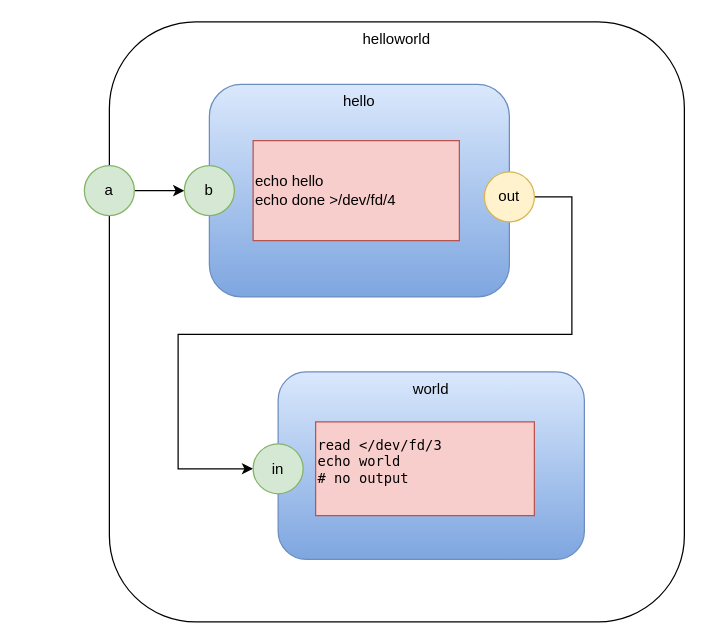
The draw.io diagram helloworld.drawio in guitarvydas/d2py, before the edit. Source tidied: cells renumbered, new cells numbered last; positions are measured from the earlier drawing's top-left corner, leaving out a move shared by most shapes. Both pictures are drawn from the tidied source at 125%, with x=0, y=0 at pixel (84, 21).
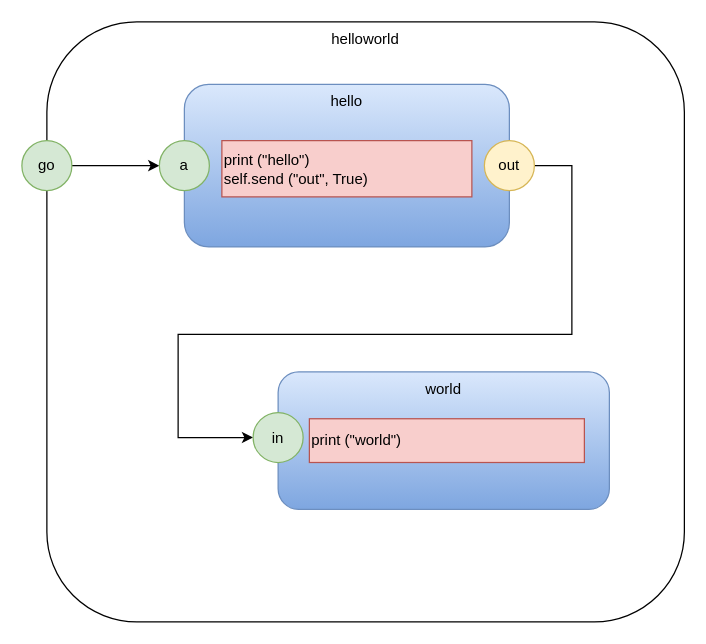
After the change.

What changed in the source:
```diff
@@
 <mxGraphModel>
   <root>
     <mxCell id="0" />
     <mxCell id="1" parent="0" />
     <mxCell id="2" value="helloworld" style="rounded=1;whiteSpace=wrap;html=1;verticalAlign=top;" parent="1" vertex="1">
-      <mxGeometry x="20" width="460" height="480" as="geometry" />
+      <mxGeometry x="-30" width="510" height="480" as="geometry" />
     </mxCell>
     <mxCell id="3" value="hello" style="rounded=1;whiteSpace=wrap;html=1;gradientColor=#7ea6e0;fillColor=#dae8fc;strokeColor=#6c8ebf;verticalAlign=top;" parent="1" vertex="1">
-      <mxGeometry x="100" y="50" width="240" height="170" as="geometry" />
+      <mxGeometry x="80" y="50" width="260" height="130" as="geometry" />
     </mxCell>
-    <mxCell id="4" value="&lt;div&gt;echo hello&lt;/div&gt;&lt;div&gt;&lt;/div&gt;echo done &amp;gt;/dev/fd/4" style="rounded=0;whiteSpace=wrap;html=1;fillColor=#f8cecc;strokeColor=#b85450;align=left;" parent="1" vertex="1">
-      <mxGeometry x="135" y="95" width="165" height="80" as="geometry" />
+    <mxCell id="4" value="print (&quot;hello&quot;)&lt;br&gt;self.send (&quot;out&quot;, True)&lt;br&gt;&lt;div&gt;&lt;/div&gt;" style="rounded=0;whiteSpace=wrap;html=1;fillColor=#f8cecc;strokeColor=#b85450;align=left;" parent="1" vertex="1">
+      <mxGeometry x="110" y="95" width="200" height="45" as="geometry" />
     </mxCell>
     <mxCell id="5" style="edgeStyle=orthogonalEdgeStyle;rounded=0;jettySize=auto;html=1;entryX=0;entryY=0.5;entryDx=0;entryDy=0;" parent="1" edge="1" source="6" target="8">
       <mxGeometry relative="1" as="geometry">
         <Array as="points">
-          <mxPoint x="390" y="140" />
+          <mxPoint x="390" y="115" />
           <mxPoint x="390" y="250" />
           <mxPoint x="75" y="250" />
-          <mxPoint x="75" y="358" />
+          <mxPoint x="75" y="333" />
         </Array>
       </mxGeometry>
     </mxCell>
     <mxCell id="6" value="out" style="ellipse;whiteSpace=wrap;html=1;fillColor=#fff2cc;strokeColor=#d6b656;" parent="1" vertex="1">
-      <mxGeometry x="320" y="120" width="40" height="40" as="geometry" />
+      <mxGeometry x="320" y="95" width="40" height="40" as="geometry" />
     </mxCell>
     <mxCell id="7" value="world" style="rounded=1;whiteSpace=wrap;html=1;gradientColor=#7ea6e0;fillColor=#dae8fc;strokeColor=#6c8ebf;verticalAlign=top;" parent="1" vertex="1">
-      <mxGeometry x="155" y="280" width="245" height="150" as="geometry" />
+      <mxGeometry x="155" y="280" width="265" height="110" as="geometry" />
     </mxCell>
     <mxCell id="8" value="in" style="ellipse;whiteSpace=wrap;html=1;fillColor=#d5e8d4;strokeColor=#82b366;" parent="1" vertex="1">
-      <mxGeometry x="135" y="337.5" width="40" height="40" as="geometry" />
+      <mxGeometry x="135" y="312.5" width="40" height="40" as="geometry" />
     </mxCell>
-    <mxCell id="9" value="&lt;p class=&quot;p1&quot; style=&quot;margin: 0px ; font-stretch: normal ; font-size: 11px ; line-height: normal ; font-family: &amp;#34;menlo&amp;#34;&quot;&gt;&lt;span class=&quot;s1&quot;&gt;read &amp;lt;/dev/fd/3&lt;/span&gt;&lt;/p&gt;&lt;p class=&quot;p1&quot; style=&quot;margin: 0px ; font-stretch: normal ; font-size: 11px ; line-height: normal ; font-family: &amp;#34;menlo&amp;#34;&quot;&gt;&lt;span class=&quot;s1&quot;&gt;echo world&lt;/span&gt;&lt;/p&gt;&lt;p class=&quot;p1&quot; style=&quot;margin: 0px ; font-stretch: normal ; font-size: 11px ; line-height: normal ; font-family: &amp;#34;menlo&amp;#34;&quot;&gt;&lt;span class=&quot;s1&quot;&gt;# no output&lt;/span&gt;&lt;/p&gt;&lt;p class=&quot;p1&quot; style=&quot;margin: 0px ; font-stretch: normal ; font-size: 11px ; line-height: normal ; font-family: &amp;#34;menlo&amp;#34;&quot;&gt;&lt;br&gt;&lt;/p&gt;" style="rounded=0;whiteSpace=wrap;html=1;fillColor=#f8cecc;strokeColor=#b85450;align=left;" parent="1" vertex="1">
-      <mxGeometry x="185" y="320" width="175" height="75" as="geometry" />
-    </mxCell>
-    <mxCell id="10" style="edgeStyle=orthogonalEdgeStyle;rounded=0;jettySize=auto;html=1;entryX=0;entryY=0.5;entryDx=0;entryDy=0;" parent="1" edge="1" source="11" target="12">
-      <mxGeometry relative="1" as="geometry" />
-    </mxCell>
+    <mxCell id="13" value="print (&quot;world&quot;)&lt;br&gt;&lt;div&gt;&lt;/div&gt;" style="rounded=0;whiteSpace=wrap;html=1;fillColor=#f8cecc;strokeColor=#b85450;align=left;" parent="1" vertex="1">
+      <mxGeometry x="180" y="317.5" width="220" height="35" as="geometry" />
+    </mxCell>
+    <mxCell id="14" style="edgeStyle=orthogonalEdgeStyle;rounded=0;jettySize=auto;html=1;exitX=1;exitY=0.5;exitDx=0;exitDy=0;entryX=0;entryY=0.5;entryDx=0;entryDy=0;" parent="1" edge="1" source="15" target="11">
+      <mxGeometry relative="1" as="geometry" />
+    </mxCell>
+    <mxCell id="15" value="go" style="ellipse;whiteSpace=wrap;html=1;fillColor=#d5e8d4;strokeColor=#82b366;" parent="1" vertex="1">
+      <mxGeometry x="-50" y="95" width="40" height="40" as="geometry" />
+    </mxCell>
     <mxCell id="11" value="a" style="ellipse;whiteSpace=wrap;html=1;fillColor=#d5e8d4;strokeColor=#82b366;" parent="1" vertex="1">
-      <mxGeometry y="115" width="40" height="40" as="geometry" />
+      <mxGeometry x="60" y="95" width="40" height="40" as="geometry" />
     </mxCell>
-    <mxCell id="12" value="b" style="ellipse;whiteSpace=wrap;html=1;fillColor=#d5e8d4;strokeColor=#82b366;" parent="1" vertex="1">
-      <mxGeometry x="80" y="115" width="40" height="40" as="geometry" />
-    </mxCell>
   </root>
 </mxGraphModel>
```
